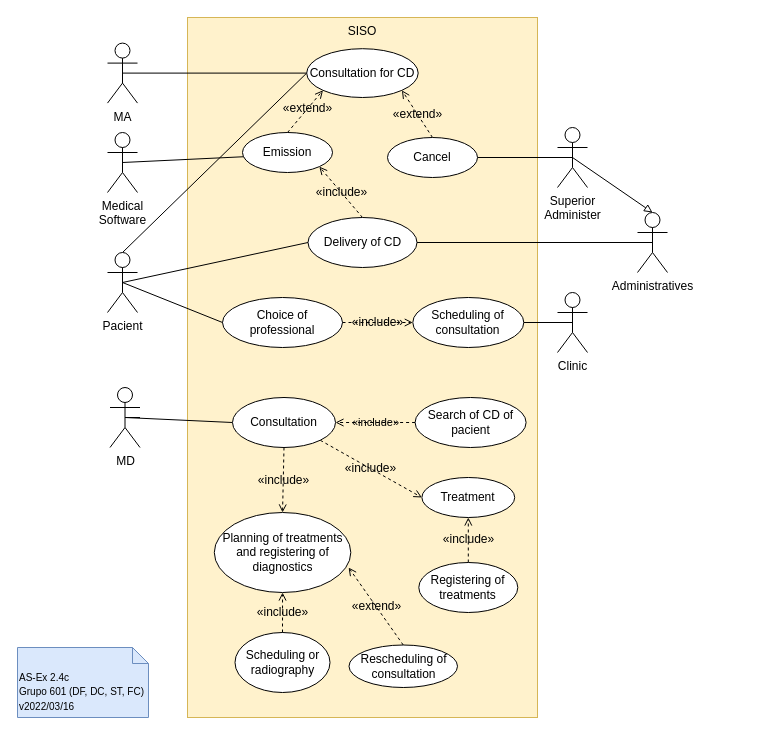
The draw.io diagram page "2.4c" (3 of 3) of P/P2/P2.drawio in DavidAraujo98/AS, before the edit. Source tidied: cells renumbered, new cells numbered last; positions are measured from the earlier drawing's top-left corner, leaving out a move shared by most shapes. Both pictures are drawn from the tidied source at 100%, with x=0, y=0 at pixel (17, 17).
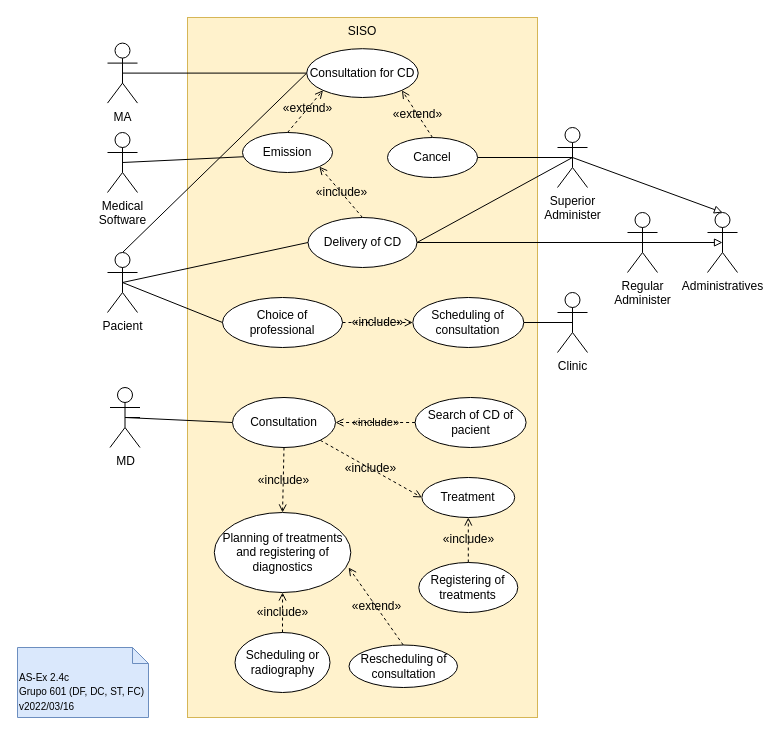
Above is the later version.

The change refers to these unchanged cells:
```xml
<mxCell id="16" value="Superior&lt;br&gt;Administer" style="shape=umlActor;verticalLabelPosition=bottom;verticalAlign=top;html=1;outlineConnect=0;fontSize=12;" parent="1" vertex="1">
  <mxGeometry x="540" y="110" width="30" height="60" as="geometry" />
</mxCell>
<mxCell id="21" value="Delivery of CD" style="ellipse;whiteSpace=wrap;html=1;fontSize=12;" parent="1" vertex="1">
  <mxGeometry x="290.5" y="200" width="109" height="50" as="geometry" />
</mxCell>
```

Change to the diagram source:
```diff
@@
+    <mxCell id="45" style="rounded=0;jettySize=auto;html=1;exitX=0.5;exitY=0.5;exitDx=0;exitDy=0;exitPerimeter=0;entryX=1;entryY=0.5;entryDx=0;entryDy=0;endArrow=none;endFill=0;strokeColor=#000000;" parent="1" edge="1" source="16" target="21">
+      <mxGeometry relative="1" as="geometry" />
+    </mxCell>
@@
-    <mxCell id="43" style="edgeStyle=none;rounded=0;jettySize=auto;html=1;exitX=0.5;exitY=0.5;exitDx=0;exitDy=0;exitPerimeter=0;entryX=1;entryY=0.5;entryDx=0;entryDy=0;labelBackgroundColor=none;endArrow=none;endFill=0;" parent="1" edge="1" source="44" target="21">
+    <mxCell id="43" style="edgeStyle=none;rounded=0;jettySize=auto;html=1;exitX=0.5;exitY=0.5;exitDx=0;exitDy=0;exitPerimeter=0;entryX=1;entryY=0.5;entryDx=0;entryDy=0;labelBackgroundColor=none;endArrow=none;endFill=0;" parent="1" edge="1" source="46" target="21">
       <mxGeometry relative="1" as="geometry" />
     </mxCell>
     <mxCell id="44" value="Administratives" style="shape=umlActor;verticalLabelPosition=bottom;verticalAlign=top;html=1;outlineConnect=0;" parent="1" vertex="1">
-      <mxGeometry x="620" y="195" width="30" height="60" as="geometry" />
+      <mxGeometry x="690" y="195" width="30" height="60" as="geometry" />
     </mxCell>
+    <mxCell id="46" value="Regular&lt;br&gt;Administer" style="shape=umlActor;verticalLabelPosition=bottom;verticalAlign=top;html=1;outlineConnect=0;fontSize=12;" parent="1" vertex="1">
+      <mxGeometry x="610" y="195" width="30" height="60" as="geometry" />
+    </mxCell>
+    <mxCell id="47" style="edgeStyle=none;rounded=0;jettySize=auto;html=1;exitX=0.5;exitY=0.5;exitDx=0;exitDy=0;exitPerimeter=0;entryX=0.5;entryY=0.5;entryDx=0;entryDy=0;entryPerimeter=0;labelBackgroundColor=none;endArrow=block;endFill=0;" parent="1" edge="1" source="46" target="44">
+      <mxGeometry relative="1" as="geometry" />
+    </mxCell>
```
